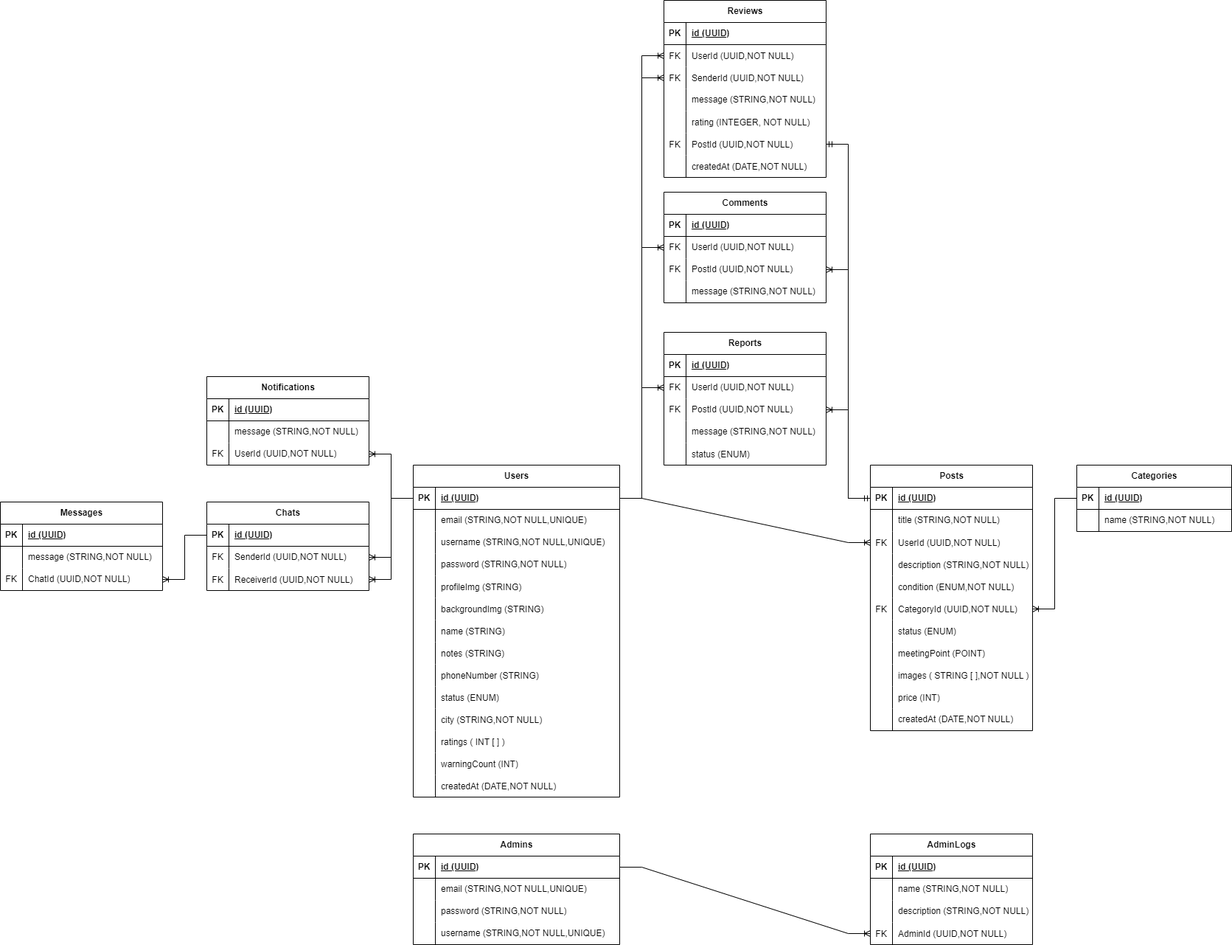
Before: schema_erd.png, a diagram exported from draw.io (TukarMainan/server). Source tidied: cells renumbered, new cells last; positions are measured from the earlier drawing's top-left corner, leaving out a move shared by most shapes.
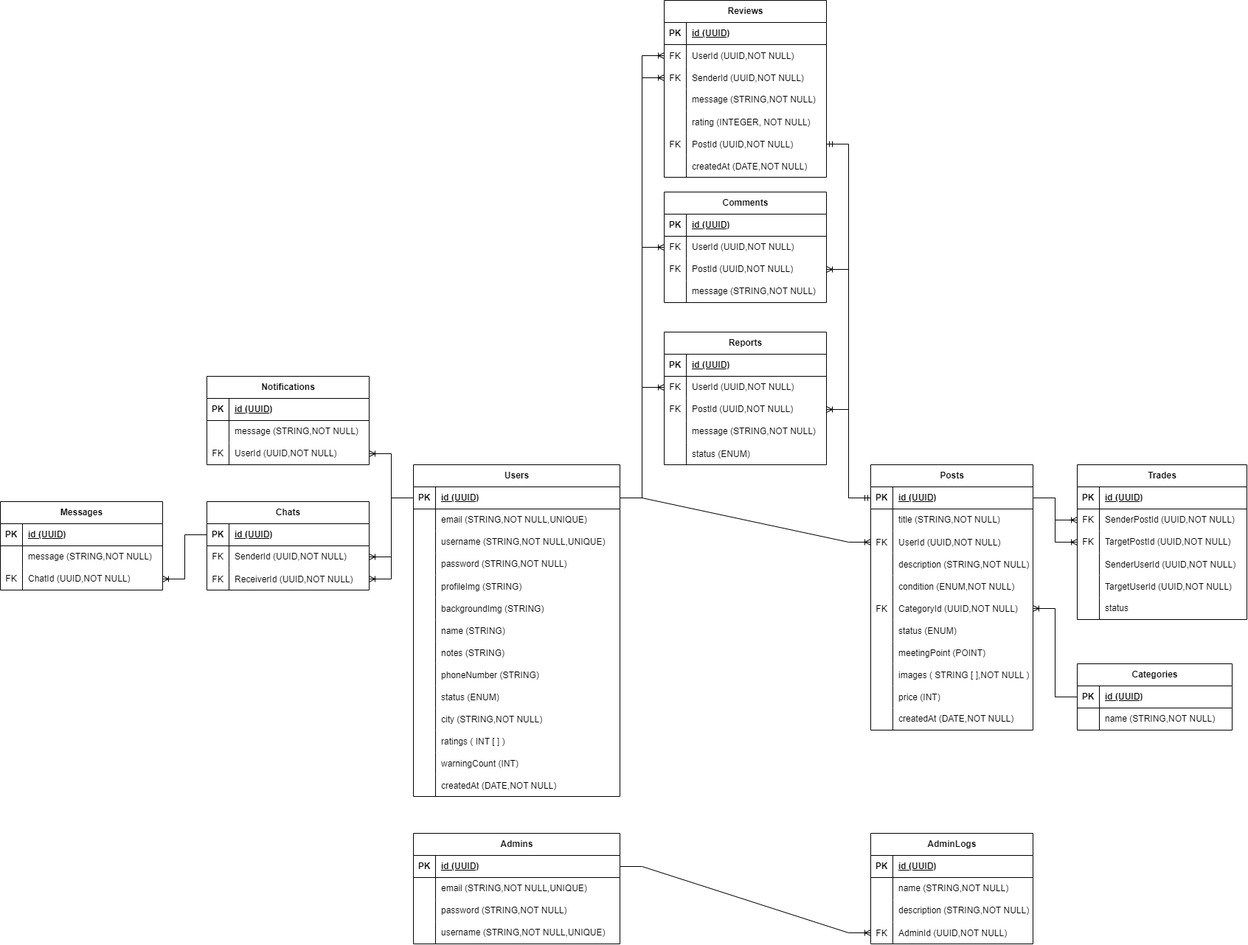
After the change.

Commit message:
refactor: update schema_erd add trades entity

The edit, as a diff of the source:
```diff
@@ -552,7 +552,7 @@
       <mxGeometry relative="1" as="geometry" />
     </mxCell>
     <mxCell id="185" value="Categories" style="shape=table;startSize=30;rowLines=0;fontStyle=1;align=center;html=1;" parent="1" vertex="1">
-      <mxGeometry x="1460" y="630" width="210" height="90" as="geometry" />
+      <mxGeometry x="1460" y="900" width="210" height="90" as="geometry" />
     </mxCell>
     <mxCell id="186" style="shape=tableRow;horizontal=0;startSize=0;swimlaneHead=0;swimlaneBody=0;fillColor=none;points=[[0,0.5],[1,0.5]];portConstraint=eastwest;top=0;left=0;right=0;bottom=1;" parent="185" vertex="1">
       <mxGeometry y="30" width="210" height="30" as="geometry" />
@@ -617,5 +617,68 @@
     <mxCell id="206" style="edgeStyle=entityRelationEdgeStyle;fontSize=12;html=1;endArrow=ERoneToMany;rounded=0;exitX=1;exitY=0.5;exitDx=0;exitDy=0;entryX=0;entryY=0.5;entryDx=0;entryDy=0;" parent="1" edge="1" source="80" target="203">
       <mxGeometry relative="1" as="geometry" />
     </mxCell>
+    <mxCell id="207" value="Trades" style="shape=table;startSize=30;rowLines=0;fontStyle=1;align=center;html=1;" parent="1" vertex="1">
+      <mxGeometry x="1460" y="630" width="230" height="210" as="geometry" />
+    </mxCell>
+    <mxCell id="208" style="shape=tableRow;horizontal=0;startSize=0;swimlaneHead=0;swimlaneBody=0;fillColor=none;top=0;left=0;right=0;bottom=1;" parent="207" vertex="1">
+      <mxGeometry y="30" width="230" height="30" as="geometry" />
+    </mxCell>
+    <mxCell id="209" value="PK" style="shape=partialRectangle;fillColor=none;top=0;left=0;bottom=0;right=0;fontStyle=1;overflow=hidden;whiteSpace=wrap;html=1;" parent="208" vertex="1">
+      <mxGeometry width="30" height="30" as="geometry" />
+    </mxCell>
+    <mxCell id="210" value="id (UUID)" style="shape=partialRectangle;fillColor=none;top=0;left=0;bottom=0;right=0;align=left;spacingLeft=6;fontStyle=5;overflow=hidden;whiteSpace=wrap;html=1;" parent="208" vertex="1">
+      <mxGeometry x="30" width="200" height="30" as="geometry" />
+    </mxCell>
+    <mxCell id="211" style="shape=tableRow;horizontal=0;startSize=0;swimlaneHead=0;swimlaneBody=0;fillColor=none;points=[[0,0.5],[1,0.5]];portConstraint=eastwest;top=0;left=0;right=0;bottom=0;" parent="207" vertex="1">
+      <mxGeometry y="60" width="230" height="30" as="geometry" />
+    </mxCell>
+    <mxCell id="212" value="FK" style="shape=partialRectangle;fillColor=none;top=0;left=0;bottom=0;right=0;overflow=hidden;whiteSpace=wrap;html=1;" parent="211" vertex="1">
+      <mxGeometry width="30" height="30" as="geometry" />
+    </mxCell>
+    <mxCell id="213" value="SenderPostId (UUID,NOT NULL)" style="shape=partialRectangle;fillColor=none;top=0;left=0;bottom=0;right=0;align=left;spacingLeft=6;overflow=hidden;whiteSpace=wrap;html=1;" parent="211" vertex="1">
+      <mxGeometry x="30" width="200" height="30" as="geometry" />
+    </mxCell>
+    <mxCell id="214" style="shape=tableRow;horizontal=0;startSize=0;swimlaneHead=0;swimlaneBody=0;fillColor=none;points=[[0,0.5],[1,0.5]];portConstraint=eastwest;top=0;left=0;right=0;bottom=0;" parent="207" vertex="1">
+      <mxGeometry y="90" width="230" height="30" as="geometry" />
+    </mxCell>
+    <mxCell id="215" value="FK" style="shape=partialRectangle;fillColor=none;top=0;left=0;bottom=0;right=0;overflow=hidden;whiteSpace=wrap;html=1;" parent="214" vertex="1">
+      <mxGeometry width="30" height="30" as="geometry" />
+    </mxCell>
+    <mxCell id="216" value="TargetPostId (UUID,NOT NULL)" style="shape=partialRectangle;fillColor=none;top=0;left=0;bottom=0;right=0;align=left;spacingLeft=6;overflow=hidden;whiteSpace=wrap;html=1;" parent="214" vertex="1">
+      <mxGeometry x="30" width="200" height="30" as="geometry" />
+    </mxCell>
+    <mxCell id="217" style="shape=tableRow;horizontal=0;startSize=0;swimlaneHead=0;swimlaneBody=0;fillColor=none;top=0;left=0;right=0;bottom=0;" parent="207" vertex="1">
+      <mxGeometry y="120" width="230" height="30" as="geometry" />
+    </mxCell>
+    <mxCell id="218" style="shape=partialRectangle;fillColor=none;top=0;left=0;bottom=0;right=0;overflow=hidden;" parent="217" vertex="1">
+      <mxGeometry width="30" height="30" as="geometry" />
+    </mxCell>
+    <mxCell id="219" value="SenderUserId (UUID,NOT NULL)" style="shape=partialRectangle;fillColor=none;top=0;left=0;bottom=0;right=0;align=left;spacingLeft=6;overflow=hidden;" parent="217" vertex="1">
+      <mxGeometry x="30" width="200" height="30" as="geometry" />
+    </mxCell>
+    <mxCell id="220" style="shape=tableRow;horizontal=0;startSize=0;swimlaneHead=0;swimlaneBody=0;fillColor=none;top=0;left=0;right=0;bottom=0;" parent="207" vertex="1">
+      <mxGeometry y="150" width="230" height="30" as="geometry" />
+    </mxCell>
+    <mxCell id="221" style="shape=partialRectangle;fillColor=none;top=0;left=0;bottom=0;right=0;overflow=hidden;" parent="220" vertex="1">
+      <mxGeometry width="30" height="30" as="geometry" />
+    </mxCell>
+    <mxCell id="222" value="TargetUserId (UUID,NOT NULL)" style="shape=partialRectangle;fillColor=none;top=0;left=0;bottom=0;right=0;align=left;spacingLeft=6;overflow=hidden;" parent="220" vertex="1">
+      <mxGeometry x="30" width="200" height="30" as="geometry" />
+    </mxCell>
+    <mxCell id="223" style="shape=tableRow;horizontal=0;startSize=0;swimlaneHead=0;swimlaneBody=0;fillColor=none;top=0;left=0;right=0;bottom=0;" parent="207" vertex="1">
+      <mxGeometry y="180" width="230" height="30" as="geometry" />
+    </mxCell>
+    <mxCell id="224" style="shape=partialRectangle;fillColor=none;top=0;left=0;bottom=0;right=0;overflow=hidden;whiteSpace=wrap;html=1;" parent="223" vertex="1">
+      <mxGeometry width="30" height="30" as="geometry" />
+    </mxCell>
+    <mxCell id="225" value="status" style="shape=partialRectangle;fillColor=none;top=0;left=0;bottom=0;right=0;align=left;spacingLeft=6;overflow=hidden;whiteSpace=wrap;html=1;" parent="223" vertex="1">
+      <mxGeometry x="30" width="200" height="30" as="geometry" />
+    </mxCell>
+    <mxCell id="226" style="edgeStyle=entityRelationEdgeStyle;fontSize=12;html=1;endArrow=ERoneToMany;rounded=0;exitX=1;exitY=0.5;exitDx=0;exitDy=0;entryX=0;entryY=0.5;entryDx=0;entryDy=0;" parent="1" edge="1" source="46" target="211">
+      <mxGeometry relative="1" as="geometry" />
+    </mxCell>
+    <mxCell id="227" style="edgeStyle=entityRelationEdgeStyle;fontSize=12;html=1;endArrow=ERoneToMany;rounded=0;exitX=1;exitY=0.5;exitDx=0;exitDy=0;entryX=0;entryY=0.5;entryDx=0;entryDy=0;" parent="1" edge="1" source="46" target="214">
+      <mxGeometry relative="1" as="geometry" />
+    </mxCell>
   </root>
 </mxGraphModel>
```
